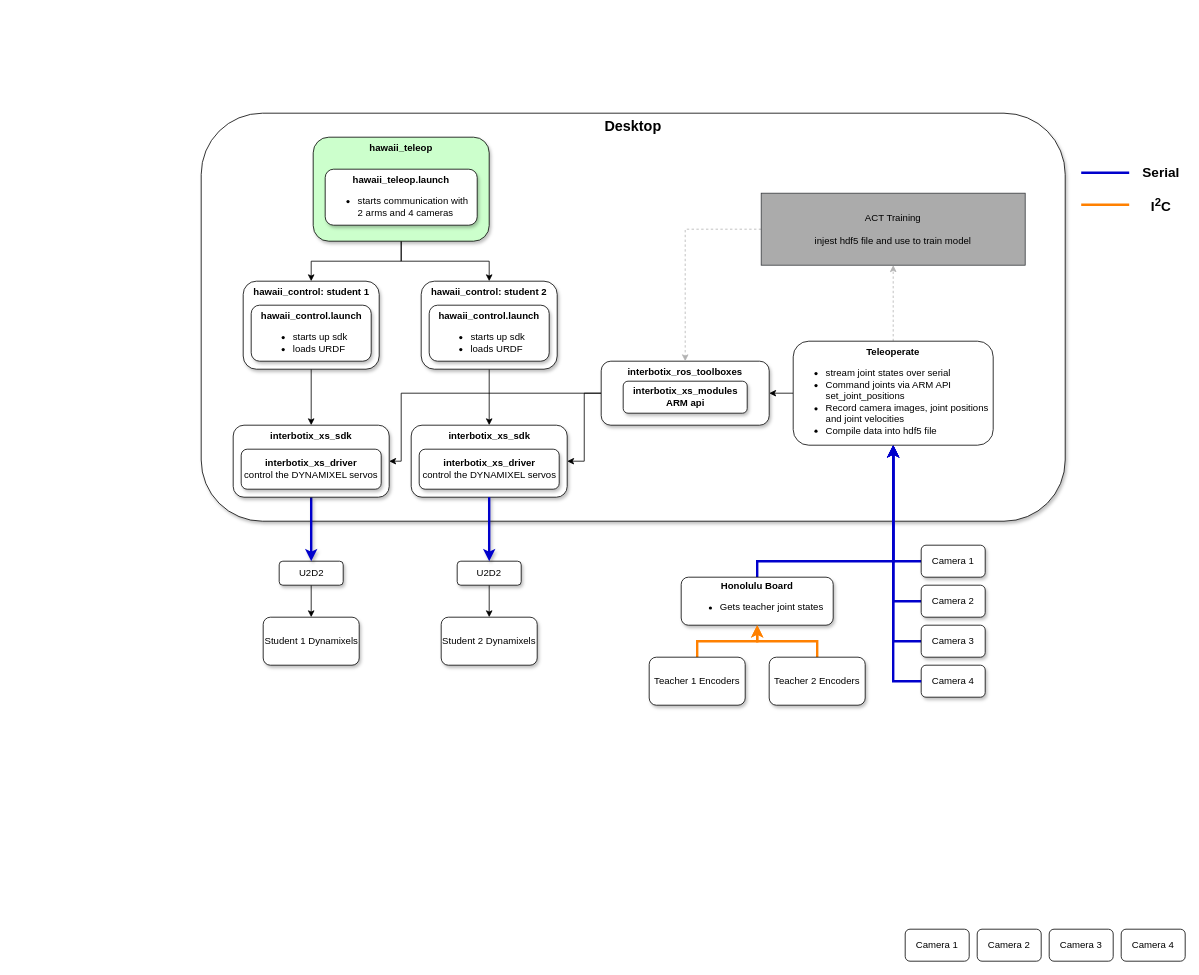
Before: hawaii_ros_ws/hawaii_teleop_arch.drawio in hawaiirobotics/software, a draw.io diagram. Source tidied: cells renumbered, new cells numbered last; positions are measured from the earlier drawing's top-left corner, leaving out a move shared by most shapes. Both pictures are drawn from the tidied source at 80%, with x=0, y=0 at pixel (201, 113).
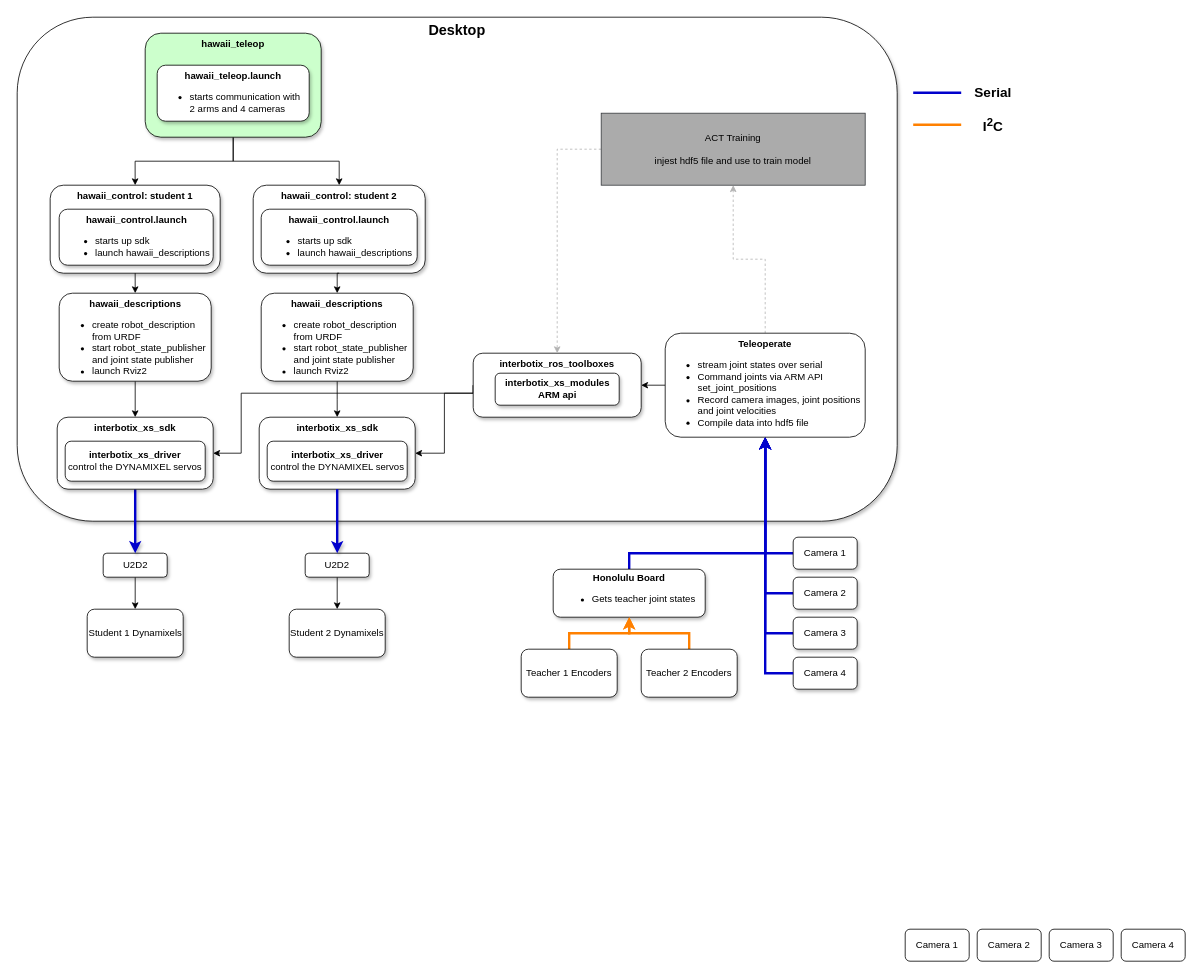
Above is the later version.

Commit message:
Update teleop architecture chart

Change to the diagram source:
```diff
@@
     <mxCell id="2" style="edgeStyle=orthogonalEdgeStyle;rounded=0;orthogonalLoop=1;jettySize=auto;html=1;entryX=1;entryY=0.5;entryDx=0;entryDy=0;shadow=1;" parent="1" edge="1">
       <mxGeometry relative="1" as="geometry">
-        <mxPoint x="970" y="405.1" as="sourcePoint" />
-        <mxPoint x="822.5" y="160" as="targetPoint" />
+        <mxPoint x="810" y="395.1" as="sourcePoint" />
+        <mxPoint x="662.5" y="150" as="targetPoint" />
         <Array as="points">
-          <mxPoint x="955" y="405" />
-          <mxPoint x="955" y="160" />
+          <mxPoint x="795" y="395" />
+          <mxPoint x="795" y="150" />
         </Array>
       </mxGeometry>
     </mxCell>
@@
     <mxCell id="4" value="&lt;font style=&quot;font-size: 18px;&quot;&gt;&lt;b&gt;Desktop&lt;/b&gt;&lt;/font&gt;" style="rounded=1;whiteSpace=wrap;html=1;verticalAlign=top;shadow=1;" parent="1" vertex="1">
-      <mxGeometry width="1080" height="510" as="geometry" />
+      <mxGeometry x="-230" y="-120" width="1100" height="630" as="geometry" />
     </mxCell>
@@
     <mxCell id="6" value="U2D2" style="rounded=1;whiteSpace=wrap;html=1;shadow=1;" parent="1" vertex="1">
-      <mxGeometry x="97.5" y="560" width="80" height="30" as="geometry" />
+      <mxGeometry x="-122.5" y="550" width="80" height="30" as="geometry" />
     </mxCell>
     <mxCell id="7" value="Student 1 Dynamixels" style="rounded=1;whiteSpace=wrap;html=1;shadow=1;" parent="1" vertex="1">
-      <mxGeometry x="77.5" y="630" width="120" height="60" as="geometry" />
+      <mxGeometry x="-142.5" y="620" width="120" height="60" as="geometry" />
     </mxCell>
     <mxCell id="8" value="Student 2 Dynamixels" style="rounded=1;whiteSpace=wrap;html=1;shadow=1;" parent="1" vertex="1">
-      <mxGeometry x="300" y="630" width="120" height="60" as="geometry" />
+      <mxGeometry x="110" y="620" width="120" height="60" as="geometry" />
     </mxCell>
-    <mxCell id="9" style="edgeStyle=orthogonalEdgeStyle;rounded=0;jettySize=auto;html=1;exitX=0.5;exitY=1;exitDx=0;exitDy=0;entryX=0.5;entryY=0;entryDx=0;entryDy=0;shadow=0;" parent="1" edge="1" source="10" target="17">
+    <mxCell id="9" style="edgeStyle=orthogonalEdgeStyle;rounded=0;jettySize=auto;html=1;exitX=0.5;exitY=1;exitDx=0;exitDy=0;entryX=0.5;entryY=0;entryDx=0;entryDy=0;shadow=0;" parent="1" edge="1" source="62" target="17">
       <mxGeometry relative="1" as="geometry" />
     </mxCell>
     <mxCell id="10" value="&lt;b&gt;hawaii_control: student 1&lt;/b&gt;" style="rounded=1;whiteSpace=wrap;html=1;verticalAlign=top;shadow=1;" parent="1" vertex="1">
-      <mxGeometry x="52.5" y="210" width="170" height="110" as="geometry" />
+      <mxGeometry x="-188.8" y="90" width="212.5" height="110" as="geometry" />
     </mxCell>
-    <mxCell id="11" value="&lt;div&gt;&lt;b&gt;hawaii_control.launch&lt;/b&gt;&lt;/div&gt;&lt;div&gt;&lt;ul&gt;&lt;li style=&quot;text-align: left;&quot;&gt;starts up sdk&lt;/li&gt;&lt;li style=&quot;text-align: left;&quot;&gt;loads URDF&lt;/li&gt;&lt;/ul&gt;&lt;/div&gt;" style="rounded=1;whiteSpace=wrap;html=1;verticalAlign=top;shadow=1;" parent="1" vertex="1">
-      <mxGeometry x="62.5" y="240" width="150" height="70" as="geometry" />
+    <mxCell id="11" value="&lt;div&gt;&lt;b&gt;hawaii_control.launch&lt;/b&gt;&lt;/div&gt;&lt;div&gt;&lt;ul&gt;&lt;li style=&quot;text-align: left;&quot;&gt;starts up sdk&lt;/li&gt;&lt;li style=&quot;border-color: var(--border-color); text-align: left;&quot;&gt;launch&amp;nbsp;hawaii_descriptions&lt;/li&gt;&lt;/ul&gt;&lt;/div&gt;" style="rounded=1;whiteSpace=wrap;html=1;verticalAlign=top;shadow=1;" parent="1" vertex="1">
+      <mxGeometry x="-177.5" y="120" width="192.5" height="70" as="geometry" />
     </mxCell>
@@
     <mxCell id="14" value="&lt;b&gt;hawaii_teleop&lt;/b&gt;" style="rounded=1;whiteSpace=wrap;html=1;verticalAlign=top;fillColor=#CCFFCC;shadow=1;" parent="1" vertex="1">
-      <mxGeometry x="140" y="30" width="220" height="130" as="geometry" />
+      <mxGeometry x="-70" y="-100" width="220" height="130" as="geometry" />
     </mxCell>
     <mxCell id="15" value="&lt;div&gt;&lt;b&gt;hawaii_teleop.launch&lt;/b&gt;&lt;/div&gt;&lt;div align=&quot;left&quot;&gt;&lt;ul&gt;&lt;li&gt;starts communication with 2 arms and 4 cameras&lt;/li&gt;&lt;/ul&gt;&lt;/div&gt;" style="rounded=1;whiteSpace=wrap;html=1;verticalAlign=top;horizontal=1;shadow=1;" parent="1" vertex="1">
-      <mxGeometry x="155" y="70" width="190" height="70" as="geometry" />
+      <mxGeometry x="-55" y="-60" width="190" height="70" as="geometry" />
     </mxCell>
@@
     <mxCell id="17" value="&lt;div&gt;&lt;b&gt;interbotix_xs_sdk&lt;/b&gt;&lt;/div&gt;" style="rounded=1;whiteSpace=wrap;html=1;align=center;verticalAlign=top;shadow=1;" parent="1" vertex="1">
-      <mxGeometry x="40" y="390" width="195" height="90" as="geometry" />
+      <mxGeometry x="-180" y="380" width="195" height="90" as="geometry" />
     </mxCell>
     <mxCell id="18" value="&lt;div&gt;&lt;b style=&quot;background-color: initial;&quot;&gt;interbotix_xs_driver&lt;/b&gt;&lt;br&gt;&lt;/div&gt;&lt;div&gt;control the DYNAMIXEL servos&lt;/div&gt;" style="rounded=1;whiteSpace=wrap;html=1;shadow=1;" parent="1" vertex="1">
-      <mxGeometry x="50" y="420" width="175" height="50" as="geometry" />
+      <mxGeometry x="-170" y="410" width="175" height="50" as="geometry" />
     </mxCell>
     <mxCell id="19" value="&lt;div&gt;&lt;b&gt;interbotix_xs_sdk&lt;/b&gt;&lt;/div&gt;" style="rounded=1;whiteSpace=wrap;html=1;align=center;verticalAlign=top;shadow=1;" parent="1" vertex="1">
-      <mxGeometry x="262.5" y="390" width="195" height="90" as="geometry" />
+      <mxGeometry x="72.5" y="380" width="195" height="90" as="geometry" />
     </mxCell>
     <mxCell id="20" value="&lt;div&gt;&lt;b style=&quot;background-color: initial;&quot;&gt;interbotix_xs_driver&lt;/b&gt;&lt;br&gt;&lt;/div&gt;&lt;div&gt;control the DYNAMIXEL servos&lt;/div&gt;" style="rounded=1;whiteSpace=wrap;html=1;shadow=1;" parent="1" vertex="1">
-      <mxGeometry x="272.5" y="420" width="175" height="50" as="geometry" />
+      <mxGeometry x="82.5" y="410" width="175" height="50" as="geometry" />
     </mxCell>
@@
     <mxCell id="22" value="U2D2" style="rounded=1;whiteSpace=wrap;html=1;shadow=1;" parent="1" vertex="1">
-      <mxGeometry x="320" y="560" width="80" height="30" as="geometry" />
+      <mxGeometry x="130" y="550" width="80" height="30" as="geometry" />
     </mxCell>
     <mxCell id="23" style="edgeStyle=orthogonalEdgeStyle;rounded=0;jettySize=auto;html=1;entryX=0.5;entryY=1;entryDx=0;entryDy=0;strokeColor=#0000CC;strokeWidth=3;exitX=0.5;exitY=0;exitDx=0;exitDy=0;" parent="1" edge="1" source="24" target="52">
       <mxGeometry relative="1" as="geometry">
         <Array as="points">
-          <mxPoint x="695" y="560" />
-          <mxPoint x="865" y="560" />
+          <mxPoint x="535" y="550" />
+          <mxPoint x="705" y="550" />
         </Array>
       </mxGeometry>
     </mxCell>
     <mxCell id="24" value="&lt;b&gt;Honolulu Board&lt;/b&gt;&lt;br&gt;&lt;ul style=&quot;&quot;&gt;&lt;li style=&quot;&quot;&gt;Gets teacher joint states&amp;nbsp;&lt;/li&gt;&lt;/ul&gt;" style="rounded=1;whiteSpace=wrap;html=1;shadow=1;" parent="1" vertex="1">
-      <mxGeometry x="600" y="580" width="190" height="60" as="geometry" />
+      <mxGeometry x="440" y="570" width="190" height="60" as="geometry" />
     </mxCell>
@@
     <mxCell id="26" value="Teacher 1 Encoders" style="rounded=1;whiteSpace=wrap;html=1;shadow=1;" parent="1" vertex="1">
-      <mxGeometry x="560" y="680" width="120" height="60" as="geometry" />
+      <mxGeometry x="400" y="670" width="120" height="60" as="geometry" />
     </mxCell>
@@
     <mxCell id="28" value="Teacher 2 Encoders" style="rounded=1;whiteSpace=wrap;html=1;shadow=1;" parent="1" vertex="1">
-      <mxGeometry x="710" y="680" width="120" height="60" as="geometry" />
+      <mxGeometry x="550" y="670" width="120" height="60" as="geometry" />
     </mxCell>
     <mxCell id="29" style="edgeStyle=orthogonalEdgeStyle;rounded=0;jettySize=auto;html=1;exitX=0;exitY=0.5;exitDx=0;exitDy=0;entryX=1;entryY=0.5;entryDx=0;entryDy=0;shadow=0;" parent="1" edge="1" source="31" target="19">
-      <mxGeometry relative="1" as="geometry" />
+      <mxGeometry relative="1" as="geometry">
+        <Array as="points">
+          <mxPoint x="340" y="350" />
+          <mxPoint x="304" y="350" />
+          <mxPoint x="304" y="425" />
+        </Array>
+      </mxGeometry>
     </mxCell>
-    <mxCell id="30" style="edgeStyle=orthogonalEdgeStyle;rounded=0;jettySize=auto;html=1;entryX=1;entryY=0.5;entryDx=0;entryDy=0;shadow=0;" parent="1" edge="1" source="31" target="17">
+    <mxCell id="30" style="edgeStyle=orthogonalEdgeStyle;rounded=0;jettySize=auto;html=1;entryX=1;entryY=0.5;entryDx=0;entryDy=0;shadow=0;exitX=0;exitY=0.5;exitDx=0;exitDy=0;" parent="1" edge="1" source="31" target="17">
       <mxGeometry relative="1" as="geometry">
         <Array as="points">
-          <mxPoint x="250" y="350" />
-          <mxPoint x="250" y="435" />
+          <mxPoint x="340" y="350" />
+          <mxPoint x="50" y="350" />
+          <mxPoint x="50" y="425" />
         </Array>
       </mxGeometry>
     </mxCell>
     <mxCell id="31" value="&lt;div&gt;&lt;b&gt;interbotix_ros_toolboxes&lt;/b&gt;&lt;/div&gt;&lt;div&gt;&lt;b&gt;&lt;br&gt;&lt;/b&gt;&lt;/div&gt;" style="rounded=1;whiteSpace=wrap;html=1;verticalAlign=top;shadow=1;" parent="1" vertex="1">
-      <mxGeometry x="500" y="310" width="210" height="80" as="geometry" />
+      <mxGeometry x="340" y="300" width="210" height="80" as="geometry" />
     </mxCell>
     <mxCell id="32" value="&lt;b&gt;interbotix_xs_modules ARM api&lt;br&gt;&lt;/b&gt;" style="rounded=1;whiteSpace=wrap;html=1;verticalAlign=middle;shadow=1;" parent="1" vertex="1">
-      <mxGeometry x="527.5" y="335" width="155" height="40" as="geometry" />
+      <mxGeometry x="367.5" y="325" width="155" height="40" as="geometry" />
     </mxCell>
     <mxCell id="33" style="edgeStyle=orthogonalEdgeStyle;rounded=0;jettySize=auto;html=1;entryX=0.5;entryY=1;entryDx=0;entryDy=0;strokeColor=#0000CC;strokeWidth=3;" parent="1" edge="1" source="34" target="52">
       <mxGeometry relative="1" as="geometry">
         <Array as="points">
-          <mxPoint x="865" y="660" />
+          <mxPoint x="705" y="650" />
         </Array>
       </mxGeometry>
     </mxCell>
     <mxCell id="34" value="Camera 3" style="rounded=1;whiteSpace=wrap;html=1;shadow=1;" parent="1" vertex="1">
-      <mxGeometry x="900" y="640" width="80" height="40" as="geometry" />
+      <mxGeometry x="740" y="630" width="80" height="40" as="geometry" />
     </mxCell>
     <mxCell id="35" style="edgeStyle=orthogonalEdgeStyle;rounded=0;jettySize=auto;html=1;exitX=0;exitY=0.5;exitDx=0;exitDy=0;entryX=0.5;entryY=1;entryDx=0;entryDy=0;strokeColor=#0000CC;strokeWidth=3;" parent="1" edge="1" source="36" target="52">
       <mxGeometry relative="1" as="geometry">
         <Array as="points">
-          <mxPoint x="865" y="560" />
+          <mxPoint x="705" y="550" />
         </Array>
       </mxGeometry>
     </mxCell>
     <mxCell id="36" value="Camera 1" style="rounded=1;whiteSpace=wrap;html=1;shadow=1;" parent="1" vertex="1">
-      <mxGeometry x="900" y="540" width="80" height="40" as="geometry" />
+      <mxGeometry x="740" y="530" width="80" height="40" as="geometry" />
     </mxCell>
     <mxCell id="37" style="edgeStyle=orthogonalEdgeStyle;rounded=0;jettySize=auto;html=1;entryX=0.5;entryY=1;entryDx=0;entryDy=0;strokeWidth=3;strokeColor=#0000CC;" parent="1" edge="1" source="38" target="52">
       <mxGeometry relative="1" as="geometry">
         <Array as="points">
-          <mxPoint x="865" y="610" />
+          <mxPoint x="705" y="600" />
         </Array>
       </mxGeometry>
     </mxCell>
     <mxCell id="38" value="Camera 2" style="rounded=1;whiteSpace=wrap;html=1;shadow=1;" parent="1" vertex="1">
-      <mxGeometry x="900" y="590" width="80" height="40" as="geometry" />
+      <mxGeometry x="740" y="580" width="80" height="40" as="geometry" />
     </mxCell>
     <mxCell id="39" value="Camera 4" style="rounded=1;whiteSpace=wrap;html=1;shadow=1;" parent="1" vertex="1">
-      <mxGeometry x="900" y="690" width="80" height="40" as="geometry" />
+      <mxGeometry x="740" y="680" width="80" height="40" as="geometry" />
     </mxCell>
@@
-    <mxCell id="44" style="edgeStyle=orthogonalEdgeStyle;rounded=0;jettySize=auto;html=1;exitX=0.5;exitY=1;exitDx=0;exitDy=0;entryX=0.5;entryY=0;entryDx=0;entryDy=0;shadow=0;" parent="1" edge="1" source="45" target="19">
-      <mxGeometry relative="1" as="geometry" />
-    </mxCell>
     <mxCell id="45" value="&lt;b&gt;hawaii_control: student 2&lt;/b&gt;" style="rounded=1;whiteSpace=wrap;html=1;verticalAlign=top;shadow=1;" parent="1" vertex="1">
-      <mxGeometry x="275" y="210" width="170" height="110" as="geometry" />
+      <mxGeometry x="65" y="90" width="215" height="110" as="geometry" />
     </mxCell>
-    <mxCell id="46" value="&lt;div&gt;&lt;b&gt;hawaii_control.launch&lt;/b&gt;&lt;/div&gt;&lt;div&gt;&lt;ul&gt;&lt;li style=&quot;text-align: left;&quot;&gt;starts up sdk&lt;/li&gt;&lt;li style=&quot;text-align: left;&quot;&gt;loads URDF&lt;/li&gt;&lt;/ul&gt;&lt;/div&gt;" style="rounded=1;whiteSpace=wrap;html=1;verticalAlign=top;shadow=1;" parent="1" vertex="1">
-      <mxGeometry x="285" y="240" width="150" height="70" as="geometry" />
+    <mxCell id="46" value="&lt;div&gt;&lt;b&gt;hawaii_control.launch&lt;/b&gt;&lt;/div&gt;&lt;div&gt;&lt;ul&gt;&lt;li style=&quot;text-align: left;&quot;&gt;starts up sdk&lt;/li&gt;&lt;li style=&quot;text-align: left;&quot;&gt;launch&amp;nbsp;&lt;span style=&quot;border-color: var(--border-color); text-align: center;&quot;&gt;hawaii_descriptions&lt;br style=&quot;border-color: var(--border-color);&quot;&gt;&lt;/span&gt;&lt;/li&gt;&lt;/ul&gt;&lt;/div&gt;" style="rounded=1;whiteSpace=wrap;html=1;verticalAlign=top;shadow=1;" parent="1" vertex="1">
+      <mxGeometry x="75" y="120" width="195" height="70" as="geometry" />
     </mxCell>
@@
     <mxCell id="49" value="&lt;div&gt;ACT Training&lt;/div&gt;&lt;div&gt;&lt;br&gt;&lt;/div&gt;&lt;div&gt;injest hdf5 file and use to train model&lt;/div&gt;" style="rounded=0;whiteSpace=wrap;html=1;fillColor=#ababab;strokeColor=#36393d;" parent="1" vertex="1">
-      <mxGeometry x="700" y="100" width="330" height="90" as="geometry" />
+      <mxGeometry x="500" width="330" height="90" as="geometry" />
     </mxCell>
@@
     <mxCell id="52" value="&lt;b&gt;Teleoperate&lt;/b&gt;&lt;br&gt;&lt;ul style=&quot;&quot;&gt;&lt;li style=&quot;text-align: left;&quot;&gt;stream joint states over serial&lt;/li&gt;&lt;li style=&quot;text-align: left;&quot;&gt;Command joints via ARM API set_joint_positions&lt;/li&gt;&lt;li style=&quot;text-align: left;&quot;&gt;Record camera images, joint positions and joint velocities&lt;/li&gt;&lt;li style=&quot;text-align: left;&quot;&gt;Compile data into hdf5 file&lt;/li&gt;&lt;/ul&gt;&lt;div style=&quot;text-align: left;&quot;&gt;&lt;br&gt;&lt;/div&gt;&lt;div&gt;&lt;/div&gt;" style="rounded=1;whiteSpace=wrap;html=1;verticalAlign=top;" parent="1" vertex="1">
-      <mxGeometry x="740" y="285" width="250" height="130" as="geometry" />
+      <mxGeometry x="580" y="275" width="250" height="130" as="geometry" />
     </mxCell>
     <mxCell id="53" style="edgeStyle=orthogonalEdgeStyle;rounded=0;jettySize=auto;html=1;entryX=0.5;entryY=1;entryDx=0;entryDy=0;strokeWidth=3;strokeColor=#0000CC;" parent="1" edge="1" source="39" target="52">
       <mxGeometry relative="1" as="geometry">
         <Array as="points">
-          <mxPoint x="865" y="710" />
+          <mxPoint x="705" y="700" />
         </Array>
       </mxGeometry>
     </mxCell>
     <mxCell id="54" style="endArrow=none;html=1;rounded=0;strokeWidth=3;strokeColor=#0000CC;" parent="1" edge="1">
       <mxGeometry relative="1" as="geometry">
-        <mxPoint x="1100" y="74.4" as="sourcePoint" />
-        <mxPoint x="1160" y="74.4" as="targetPoint" />
+        <mxPoint x="890" y="-25.6" as="sourcePoint" />
+        <mxPoint x="950" y="-25.6" as="targetPoint" />
       </mxGeometry>
     </mxCell>
     <mxCell id="55" style="endArrow=none;html=1;rounded=0;strokeWidth=3;strokeColor=#FF8000;" parent="1" edge="1">
       <mxGeometry relative="1" as="geometry">
-        <mxPoint x="1100" y="114.4" as="sourcePoint" />
-        <mxPoint x="1160" y="114.4" as="targetPoint" />
+        <mxPoint x="890" y="14.4" as="sourcePoint" />
+        <mxPoint x="950" y="14.4" as="targetPoint" />
       </mxGeometry>
     </mxCell>
     <mxCell id="56" value="&lt;font style=&quot;font-size: 17px;&quot;&gt;&lt;b&gt;Serial&lt;/b&gt;&lt;/font&gt;" style="text;html=1;strokeColor=none;fillColor=none;align=center;verticalAlign=middle;whiteSpace=wrap;rounded=0;" parent="1" vertex="1">
-      <mxGeometry x="1170" y="60" width="60" height="30" as="geometry" />
+      <mxGeometry x="960" y="-40" width="60" height="30" as="geometry" />
     </mxCell>
     <mxCell id="57" value="&lt;font style=&quot;font-size: 17px;&quot;&gt;&lt;b&gt;I&lt;sup&gt;2&lt;/sup&gt;C&lt;/b&gt;&lt;/font&gt;" style="text;html=1;strokeColor=none;fillColor=none;align=center;verticalAlign=middle;whiteSpace=wrap;rounded=0;" parent="1" vertex="1">
-      <mxGeometry x="1170" y="100" width="60" height="30" as="geometry" />
+      <mxGeometry x="960" width="60" height="30" as="geometry" />
     </mxCell>
+    <mxCell id="58" style="edgeStyle=orthogonalEdgeStyle;rounded=0;jettySize=auto;html=1;exitX=0.5;exitY=1;exitDx=0;exitDy=0;entryX=0.5;entryY=0;entryDx=0;entryDy=0;shadow=0;" parent="1" edge="1" source="45" target="60">
+      <mxGeometry relative="1" as="geometry" />
+    </mxCell>
+    <mxCell id="59" style="edgeStyle=orthogonalEdgeStyle;rounded=0;jettySize=auto;html=1;" parent="1" edge="1" source="60">
+      <mxGeometry relative="1" as="geometry">
+        <mxPoint x="170" y="380" as="targetPoint" />
+      </mxGeometry>
+    </mxCell>
+    <mxCell id="60" value="&lt;b&gt;hawaii_descriptions&lt;/b&gt;&lt;br&gt;&lt;ul&gt;&lt;li style=&quot;text-align: left;&quot;&gt;&lt;span style=&quot;background-color: initial;&quot;&gt;create robot_description from URDF&lt;/span&gt;&lt;/li&gt;&lt;li style=&quot;text-align: left;&quot;&gt;&lt;span style=&quot;background-color: initial;&quot;&gt;start robot_state_publisher and joint state publisher&lt;/span&gt;&lt;/li&gt;&lt;li style=&quot;text-align: left;&quot;&gt;&lt;span style=&quot;background-color: initial;&quot;&gt;launch Rviz2&lt;/span&gt;&lt;/li&gt;&lt;/ul&gt;" style="rounded=1;whiteSpace=wrap;html=1;verticalAlign=top;shadow=1;align=center;" parent="1" vertex="1">
+      <mxGeometry x="75" y="225" width="190" height="110" as="geometry" />
+    </mxCell>
+    <mxCell id="61" style="edgeStyle=orthogonalEdgeStyle;rounded=0;jettySize=auto;html=1;exitX=0.5;exitY=1;exitDx=0;exitDy=0;entryX=0.5;entryY=0;entryDx=0;entryDy=0;shadow=0;" parent="1" edge="1" source="10" target="62">
+      <mxGeometry relative="1" as="geometry" />
+    </mxCell>
+    <mxCell id="62" value="&lt;b&gt;hawaii_descriptions&lt;/b&gt;&lt;br&gt;&lt;ul&gt;&lt;li style=&quot;text-align: left;&quot;&gt;&lt;span style=&quot;background-color: initial;&quot;&gt;create robot_description from URDF&lt;/span&gt;&lt;/li&gt;&lt;li style=&quot;text-align: left;&quot;&gt;&lt;span style=&quot;background-color: initial;&quot;&gt;start robot_state_publisher and joint state publisher&lt;/span&gt;&lt;/li&gt;&lt;li style=&quot;text-align: left;&quot;&gt;&lt;span style=&quot;background-color: initial;&quot;&gt;launch Rviz2&lt;/span&gt;&lt;/li&gt;&lt;/ul&gt;" style="rounded=1;whiteSpace=wrap;html=1;verticalAlign=top;shadow=1;align=center;" parent="1" vertex="1">
+      <mxGeometry x="-177.5" y="225" width="190" height="110" as="geometry" />
+    </mxCell>
```
